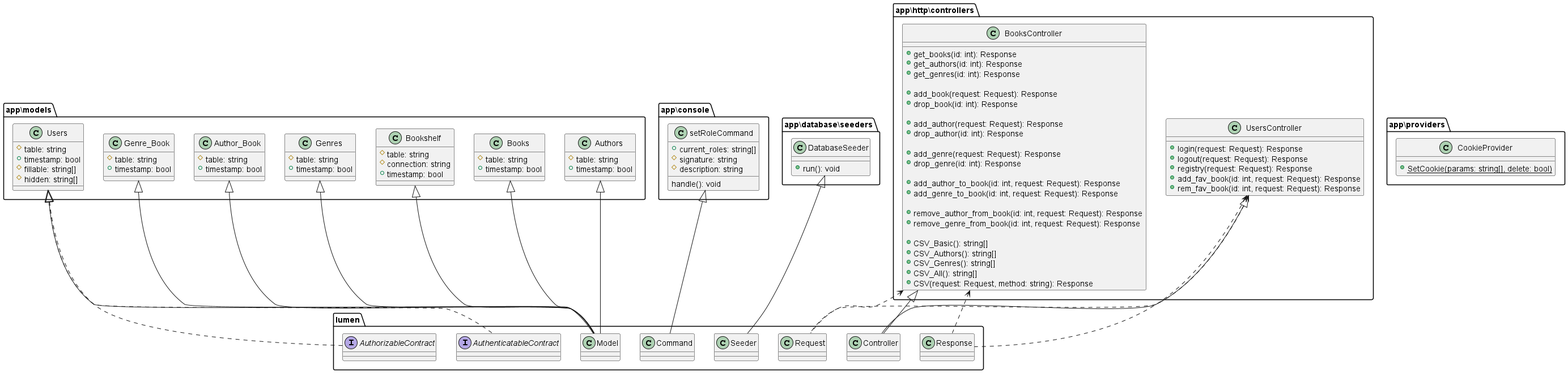
The PlantUML diagram diagram/Class Diagram.png in ihateb335/assignment_keepsolid, before a commit.
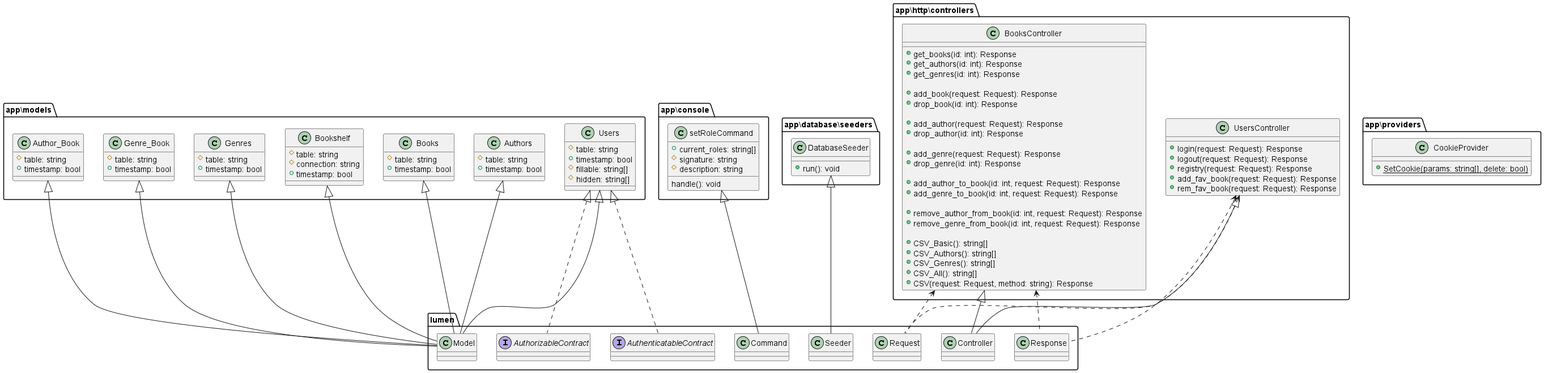
The same diagram one commit later.

Diff of the diagram source:
```diff
@@ -85,8 +85,8 @@
     +login(request: Request): Response
     +logout(request: Request): Response
     +registry(request: Request): Response
-    +add_fav_book(id: int, request: Request): Response
-    +rem_fav_book(id: int, request: Request): Response
+    +add_fav_book(request: Request): Response
+    +rem_fav_book(request: Request): Response
   }
   class BooksController{
     +get_books(id: int): Response
```
